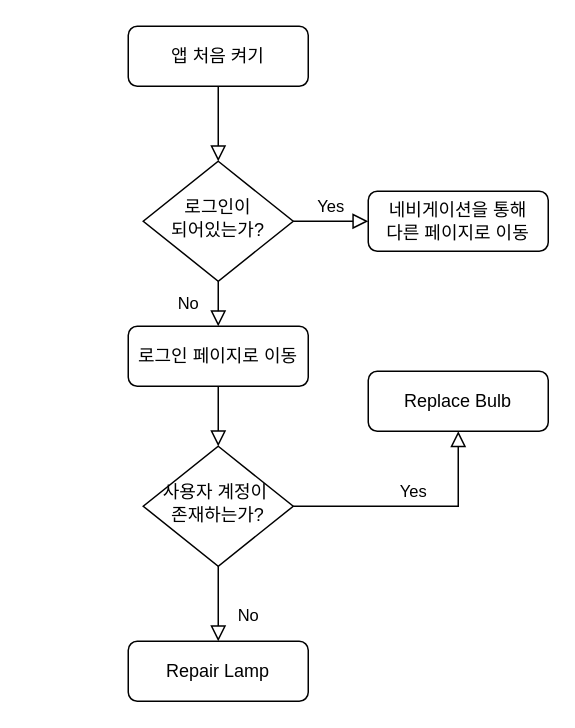
This is page "메인 페이지" (1 of 8) of Untitled Diagram.drawio from YusunPark/QR, a draw.io file, before an edit. Source tidied: cells renumbered, new cells numbered last; positions are measured from the earlier drawing's top-left corner, leaving out a move shared by most shapes. Both pictures are drawn from the tidied source at 150%, with x=0, y=0 at pixel (128, 26).
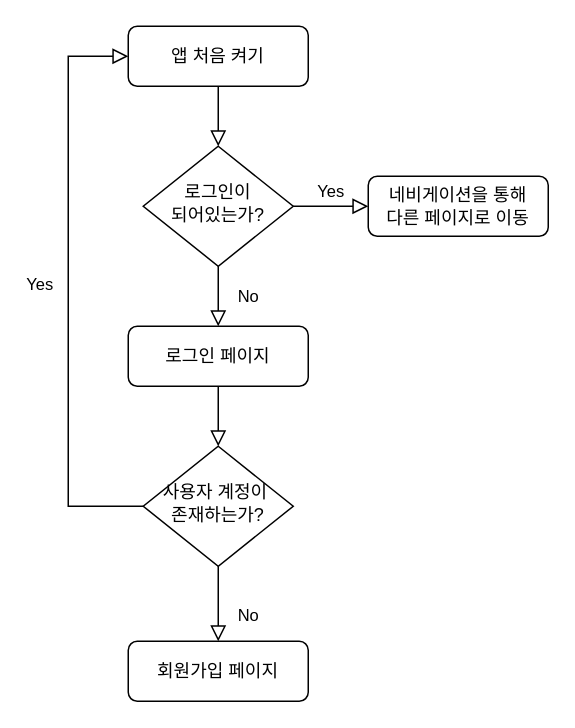
Above is the later version.

Diff of the diagram source:
```diff
@@
 <mxGraphModel>
   <root>
     <mxCell id="0" />
     <mxCell id="1" parent="0" />
     <mxCell id="2" style="rounded=0;html=1;jettySize=auto;fontSize=11;endArrow=block;endFill=0;endSize=8;strokeWidth=1;shadow=0;labelBackgroundColor=none;edgeStyle=orthogonalEdgeStyle;" parent="1" edge="1" source="3" target="6">
       <mxGeometry relative="1" as="geometry" />
     </mxCell>
     <mxCell id="3" value="앱 처음 켜기" style="rounded=1;whiteSpace=wrap;html=1;fontSize=12;glass=0;strokeWidth=1;shadow=0;" parent="1" vertex="1">
       <mxGeometry width="120" height="40" as="geometry" />
     </mxCell>
     <mxCell id="4" value="No" style="rounded=0;html=1;jettySize=auto;fontSize=11;endArrow=block;endFill=0;endSize=8;strokeWidth=1;shadow=0;labelBackgroundColor=none;edgeStyle=orthogonalEdgeStyle;entryX=0.5;entryY=0;entryDx=0;entryDy=0;" parent="1" edge="1" source="6" target="14">
       <mxGeometry y="20" relative="1" as="geometry" />
     </mxCell>
     <mxCell id="5" value="Yes" style="edgeStyle=orthogonalEdgeStyle;rounded=0;html=1;jettySize=auto;fontSize=11;endArrow=block;endFill=0;endSize=8;strokeWidth=1;shadow=0;labelBackgroundColor=none;" parent="1" edge="1" source="6" target="7">
       <mxGeometry y="10" relative="1" as="geometry" />
     </mxCell>
     <mxCell id="6" value="로그인이 &lt;br&gt;되어있는가?" style="rhombus;whiteSpace=wrap;html=1;shadow=0;fontFamily=Helvetica;fontSize=12;align=center;strokeWidth=1;spacing=6;spacingTop=-4;" parent="1" vertex="1">
-      <mxGeometry x="10" y="90" width="100" height="80" as="geometry" />
+      <mxGeometry x="10" y="80" width="100" height="80" as="geometry" />
     </mxCell>
     <mxCell id="7" value="네비게이션을 통해&lt;br&gt;다른 페이지로 이동" style="rounded=1;whiteSpace=wrap;html=1;fontSize=12;glass=0;strokeWidth=1;shadow=0;" parent="1" vertex="1">
-      <mxGeometry x="160" y="110" width="120" height="40" as="geometry" />
+      <mxGeometry x="160" y="100" width="120" height="40" as="geometry" />
     </mxCell>
     <mxCell id="8" value="No" style="rounded=0;html=1;jettySize=auto;fontSize=11;endArrow=block;endFill=0;endSize=8;strokeWidth=1;shadow=0;labelBackgroundColor=none;edgeStyle=orthogonalEdgeStyle;" parent="1" edge="1" source="10" target="11">
       <mxGeometry x="0.33" y="20" relative="1" as="geometry" />
     </mxCell>
+    <mxCell id="15" style="edgeStyle=orthogonalEdgeStyle;rounded=0;jettySize=auto;html=1;exitX=0;exitY=0.5;exitDx=0;exitDy=0;entryX=0;entryY=0.5;entryDx=0;entryDy=0;endArrow=block;endFill=0;endSize=8;" parent="1" edge="1" source="10" target="3">
+      <mxGeometry relative="1" as="geometry">
+        <Array as="points">
+          <mxPoint x="-40" y="320" />
+          <mxPoint x="-40" y="20" />
+        </Array>
+      </mxGeometry>
+    </mxCell>
-    <mxCell id="9" value="Yes" style="edgeStyle=orthogonalEdgeStyle;rounded=0;html=1;jettySize=auto;fontSize=11;endArrow=block;endFill=0;endSize=8;strokeWidth=1;shadow=0;labelBackgroundColor=none;" parent="1" edge="1" source="10" target="12">
-      <mxGeometry y="10" relative="1" as="geometry" />
+    <mxCell id="9" value="Yes" style="edgeLabel;html=1;align=center;verticalAlign=middle;" parent="15" vertex="1">
+      <mxGeometry x="-0.07" y="-2" relative="1" as="geometry">
+        <mxPoint x="-22" y="-18" as="offset" />
+      </mxGeometry>
     </mxCell>
     <mxCell id="10" value="사용자 계정이&amp;nbsp;&lt;br&gt;존재하는가?" style="rhombus;whiteSpace=wrap;html=1;shadow=0;fontFamily=Helvetica;fontSize=12;align=center;strokeWidth=1;spacing=6;spacingTop=-4;" parent="1" vertex="1">
       <mxGeometry x="10" y="280" width="100" height="80" as="geometry" />
     </mxCell>
-    <mxCell id="11" value="Repair Lamp" style="rounded=1;whiteSpace=wrap;html=1;fontSize=12;glass=0;strokeWidth=1;shadow=0;" parent="1" vertex="1">
+    <mxCell id="11" value="회원가입 페이지" style="rounded=1;whiteSpace=wrap;html=1;fontSize=12;glass=0;strokeWidth=1;shadow=0;" parent="1" vertex="1">
       <mxGeometry y="410" width="120" height="40" as="geometry" />
     </mxCell>
-    <mxCell id="12" value="Replace Bulb" style="rounded=1;whiteSpace=wrap;html=1;fontSize=12;glass=0;strokeWidth=1;shadow=0;" parent="1" vertex="1">
-      <mxGeometry x="160" y="230" width="120" height="40" as="geometry" />
-    </mxCell>
     <mxCell id="13" style="edgeStyle=orthogonalEdgeStyle;rounded=0;jettySize=auto;html=1;endArrow=block;endFill=0;endSize=8;" parent="1" edge="1" source="14" target="10">
       <mxGeometry relative="1" as="geometry" />
     </mxCell>
-    <mxCell id="14" value="로그인 페이지로 이동" style="rounded=1;whiteSpace=wrap;html=1;" parent="1" vertex="1">
+    <mxCell id="14" value="로그인 페이지" style="rounded=1;whiteSpace=wrap;html=1;" parent="1" vertex="1">
       <mxGeometry y="200" width="120" height="40" as="geometry" />
     </mxCell>
   </root>
 </mxGraphModel>
```
